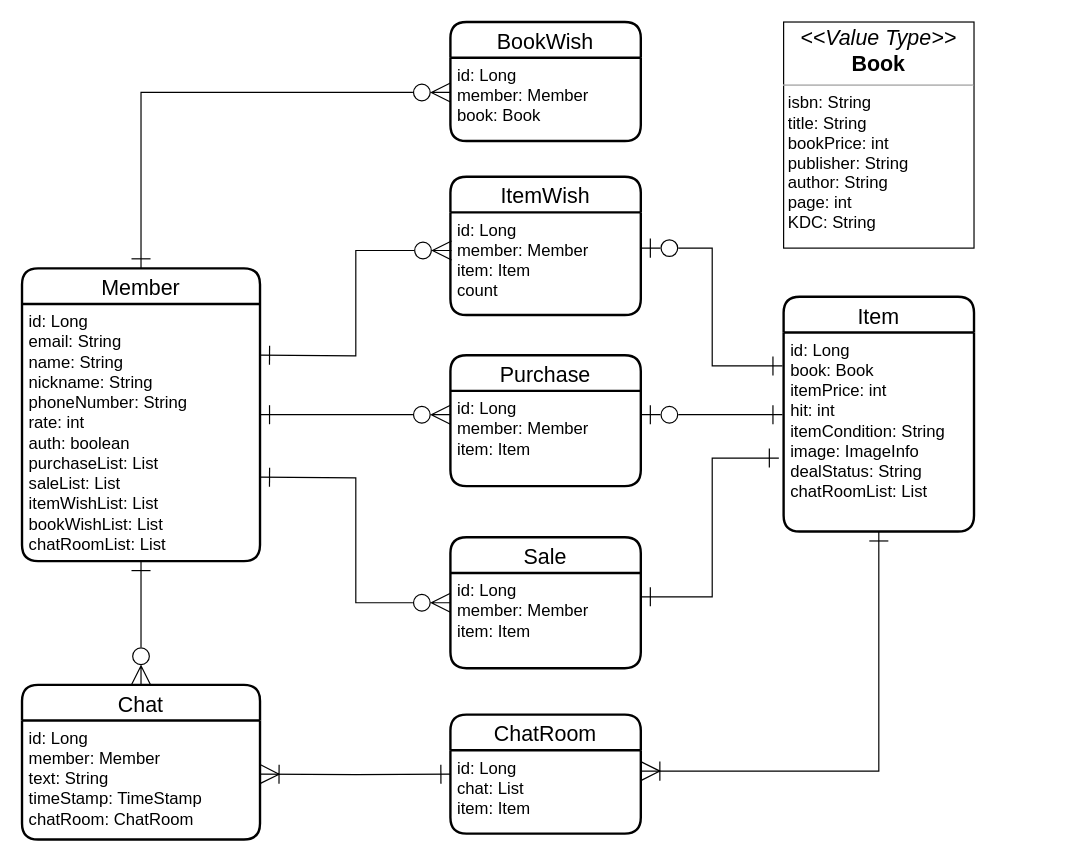
The draw.io diagram documents/Entity_Relationship_Diagram.drawio in babybeb/users-used-book-store, before the edit. Source tidied: cells renumbered, new cells numbered last; positions are measured from the earlier drawing's top-left corner, leaving out a move shared by most shapes. Both pictures are drawn from the tidied source at 119%, with x=0, y=0 at pixel (21, 21).
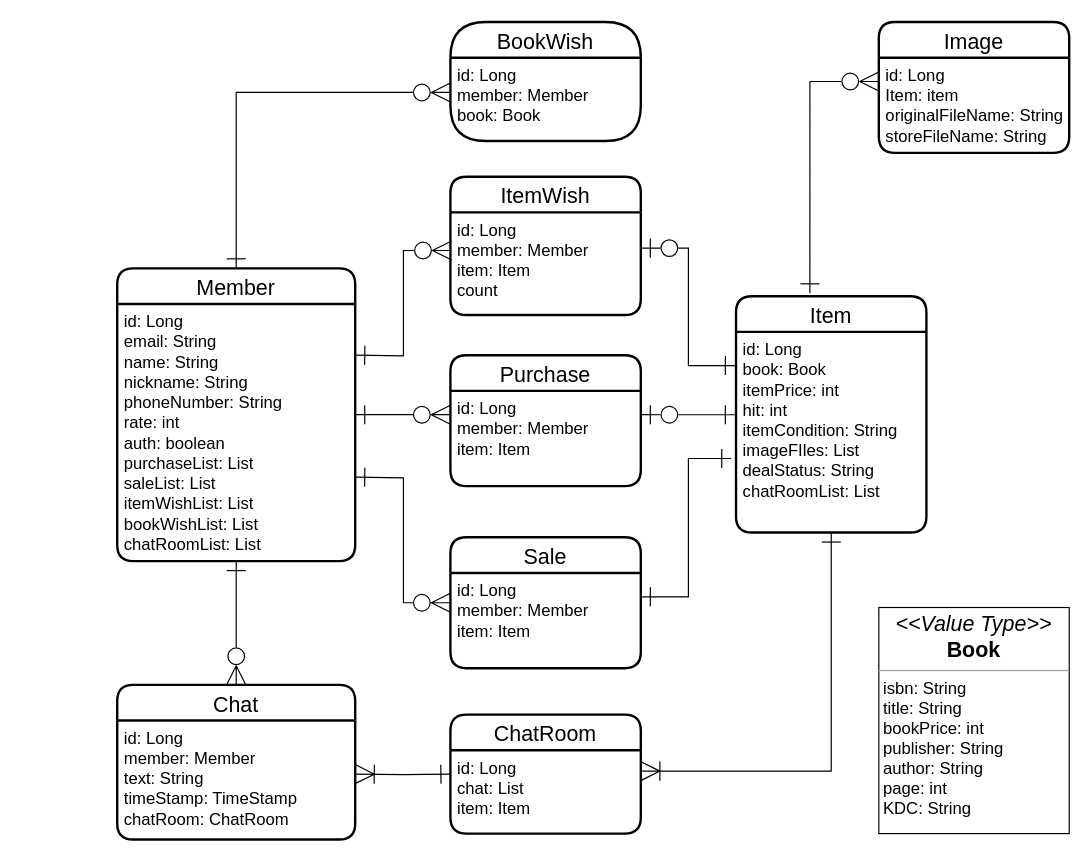
The same page after the edit.

Unchanged cells that the change refers to:
```xml
<mxCell id="7" value="Sale" style="swimlane;horizontal=1;startSize=30;rounded=1;fontSize=18;fontStyle=0;strokeWidth=2;shadow=0;dashed=0;align=center;" parent="1" vertex="1">
  <mxGeometry x="360" y="433" width="160" height="110" as="geometry" />
</mxCell>
<mxCell id="13" value="ChatRoom" style="swimlane;horizontal=1;startSize=30;rounded=1;fontSize=18;fontStyle=0;strokeWidth=2;shadow=0;dashed=0;align=center;" parent="1" vertex="1">
  <mxGeometry x="360" y="582" width="160" height="100" as="geometry" />
</mxCell>
<mxCell id="24" value="id: Long&#10;member: Member&#10;item: Item&#10;count" style="align=left;strokeColor=none;fillColor=none;spacingLeft=4;fontSize=14;verticalAlign=top;" parent="23" vertex="1">
  <mxGeometry y="30" width="160" height="86.2" as="geometry" />
</mxCell>
```

Change to the diagram source:
```diff
@@
     <mxCell id="5" value="Member" style="swimlane;horizontal=1;startSize=30;rounded=1;fontSize=18;fontStyle=0;strokeWidth=2;shadow=0;dashed=0;align=center;" parent="1" vertex="1">
-      <mxGeometry y="207" width="200" height="246" as="geometry" />
+      <mxGeometry x="80" y="207" width="200" height="246" as="geometry" />
     </mxCell>
@@
     <mxCell id="9" value="Item" style="swimlane;horizontal=1;startSize=30;rounded=1;fontSize=18;fontStyle=0;strokeWidth=2;shadow=0;dashed=0;align=center;" parent="1" vertex="1">
-      <mxGeometry x="640" y="230.9" width="160" height="197.2" as="geometry" />
+      <mxGeometry x="600" y="230.4" width="160" height="198.6" as="geometry" />
     </mxCell>
-    <mxCell id="10" value="id: Long&#10;book: Book&#10;itemPrice: int&#10;hit: int&#10;itemCondition: String&#10;image: ImageInfo&#10;dealStatus: String&#10;chatRoomList: List&#10;" style="align=left;strokeColor=none;fillColor=none;spacingLeft=4;fontSize=14;verticalAlign=top;" parent="9" vertex="1">
-      <mxGeometry y="30" width="160" height="167.2" as="geometry" />
+    <mxCell id="10" value="id: Long&#10;book: Book&#10;itemPrice: int&#10;hit: int&#10;itemCondition: String&#10;imageFIles: List&#10;dealStatus: String&#10;chatRoomList: List&#10;" style="align=left;strokeColor=none;fillColor=none;spacingLeft=4;fontSize=14;verticalAlign=top;" parent="9" vertex="1">
+      <mxGeometry y="30" width="160" height="168.6" as="geometry" />
     </mxCell>
     <mxCell id="11" value="Chat" style="swimlane;horizontal=1;startSize=30;rounded=1;fontSize=18;fontStyle=0;strokeWidth=2;shadow=0;dashed=0;align=center;" parent="1" vertex="1">
-      <mxGeometry y="557" width="200" height="130" as="geometry" />
+      <mxGeometry x="80" y="557" width="200" height="130" as="geometry" />
     </mxCell>
@@
     <mxCell id="15" style="edgeStyle=orthogonalEdgeStyle;rounded=0;jettySize=auto;html=1;fontSize=30;startArrow=ERone;startFill=0;endArrow=ERzeroToMany;endFill=0;startSize=14;endSize=14;entryX=0.006;entryY=0.371;entryDx=0;entryDy=0;entryPerimeter=0;" parent="1" edge="1" target="24">
       <mxGeometry relative="1" as="geometry">
-        <mxPoint x="200" y="280" as="sourcePoint" />
+        <mxPoint x="280" y="280" as="sourcePoint" />
       </mxGeometry>
     </mxCell>
     <mxCell id="16" style="edgeStyle=orthogonalEdgeStyle;rounded=0;jettySize=auto;html=1;fontSize=30;startArrow=ERone;startFill=0;endArrow=ERzeroToMany;endFill=0;startSize=14;endSize=14;entryX=0;entryY=0.5;entryDx=0;entryDy=0;" parent="1" edge="1" target="7">
       <mxGeometry relative="1" as="geometry">
-        <mxPoint x="200" y="382.5" as="sourcePoint" />
+        <mxPoint x="280" y="382.5" as="sourcePoint" />
       </mxGeometry>
     </mxCell>
     <mxCell id="17" style="edgeStyle=orthogonalEdgeStyle;rounded=0;jettySize=auto;html=1;fontSize=30;startArrow=ERoneToMany;startFill=0;endArrow=ERone;endFill=0;startSize=14;endSize=14;entryX=0;entryY=0.5;entryDx=0;entryDy=0;" parent="1" edge="1" target="13">
       <mxGeometry relative="1" as="geometry">
-        <mxPoint x="200" y="632" as="sourcePoint" />
+        <mxPoint x="280" y="632" as="sourcePoint" />
       </mxGeometry>
     </mxCell>
@@
-    <mxCell id="20" value="BookWish" style="swimlane;horizontal=1;startSize=30;rounded=1;fontSize=18;fontStyle=0;strokeWidth=2;shadow=0;dashed=0;align=center;" parent="1" vertex="1">
+    <mxCell id="20" value="BookWish" style="swimlane;horizontal=1;startSize=30;rounded=1;fontSize=18;fontStyle=0;strokeWidth=2;shadow=0;dashed=0;align=center;arcSize=33;" parent="1" vertex="1">
       <mxGeometry x="360" width="160" height="100" as="geometry" />
     </mxCell>
@@
     <mxCell id="28" value="&lt;p style=&quot;margin: 4px 0px 0px ; text-align: center ; font-size: 18px&quot;&gt;&lt;i&gt;&amp;lt;&amp;lt;Value Type&amp;gt;&amp;gt;&lt;/i&gt;&lt;br&gt;&lt;b&gt;Book&lt;/b&gt;&lt;/p&gt;&lt;hr size=&quot;1&quot;&gt;&lt;p style=&quot;margin: 0px 0px 0px 4px ; font-size: 14px&quot;&gt;&lt;font style=&quot;font-size: 14px&quot;&gt;isbn: String&lt;br style=&quot;padding: 0px ; margin: 0px&quot;&gt;title: String&lt;br style=&quot;padding: 0px ; margin: 0px&quot;&gt;bookPrice: int&lt;br style=&quot;padding: 0px ; margin: 0px&quot;&gt;publisher: String&lt;br style=&quot;padding: 0px ; margin: 0px&quot;&gt;author: String&lt;br style=&quot;padding: 0px ; margin: 0px&quot;&gt;page: int&lt;br style=&quot;padding: 0px ; margin: 0px&quot;&gt;KDC: String&lt;/font&gt;&lt;/p&gt;&lt;div style=&quot;padding: 0px ; margin: 0px ; font-size: 14px&quot;&gt;&lt;br style=&quot;padding: 0px ; margin: 0px&quot;&gt;&lt;/div&gt;&lt;div style=&quot;padding: 0px ; margin: 0px&quot;&gt;&lt;br style=&quot;padding: 0px ; margin: 0px ; font-size: 14px&quot;&gt;&lt;/div&gt;" style="verticalAlign=top;align=left;overflow=fill;fontSize=12;fontFamily=Helvetica;html=1;" parent="1" vertex="1">
-      <mxGeometry x="640" width="160" height="190" as="geometry" />
+      <mxGeometry x="720" y="492" width="160" height="190" as="geometry" />
     </mxCell>
+    <mxCell id="29" value="Image" style="swimlane;horizontal=1;startSize=30;rounded=1;fontSize=18;fontStyle=0;strokeWidth=2;shadow=0;dashed=0;align=center;" parent="1" vertex="1">
+      <mxGeometry x="720" width="160" height="110" as="geometry" />
+    </mxCell>
+    <mxCell id="30" value="id: Long&#10;Item: item&#10;originalFileName: String&#10;storeFileName: String" style="align=left;strokeColor=none;fillColor=none;spacingLeft=4;fontSize=14;verticalAlign=top;" parent="29" vertex="1">
+      <mxGeometry y="30" width="160" height="80" as="geometry" />
+    </mxCell>
+    <mxCell id="31" style="edgeStyle=orthogonalEdgeStyle;rounded=0;jettySize=auto;html=1;fontSize=30;startArrow=ERzeroToMany;startFill=0;endArrow=ERone;endFill=0;startSize=14;endSize=14;exitX=0;exitY=0.25;exitDx=0;exitDy=0;entryX=0.388;entryY=-0.012;entryDx=0;entryDy=0;entryPerimeter=0;" parent="1" edge="1" source="30" target="9">
+      <mxGeometry relative="1" as="geometry">
+        <Array as="points">
+          <mxPoint x="662" y="50" />
+        </Array>
+      </mxGeometry>
+    </mxCell>
```
